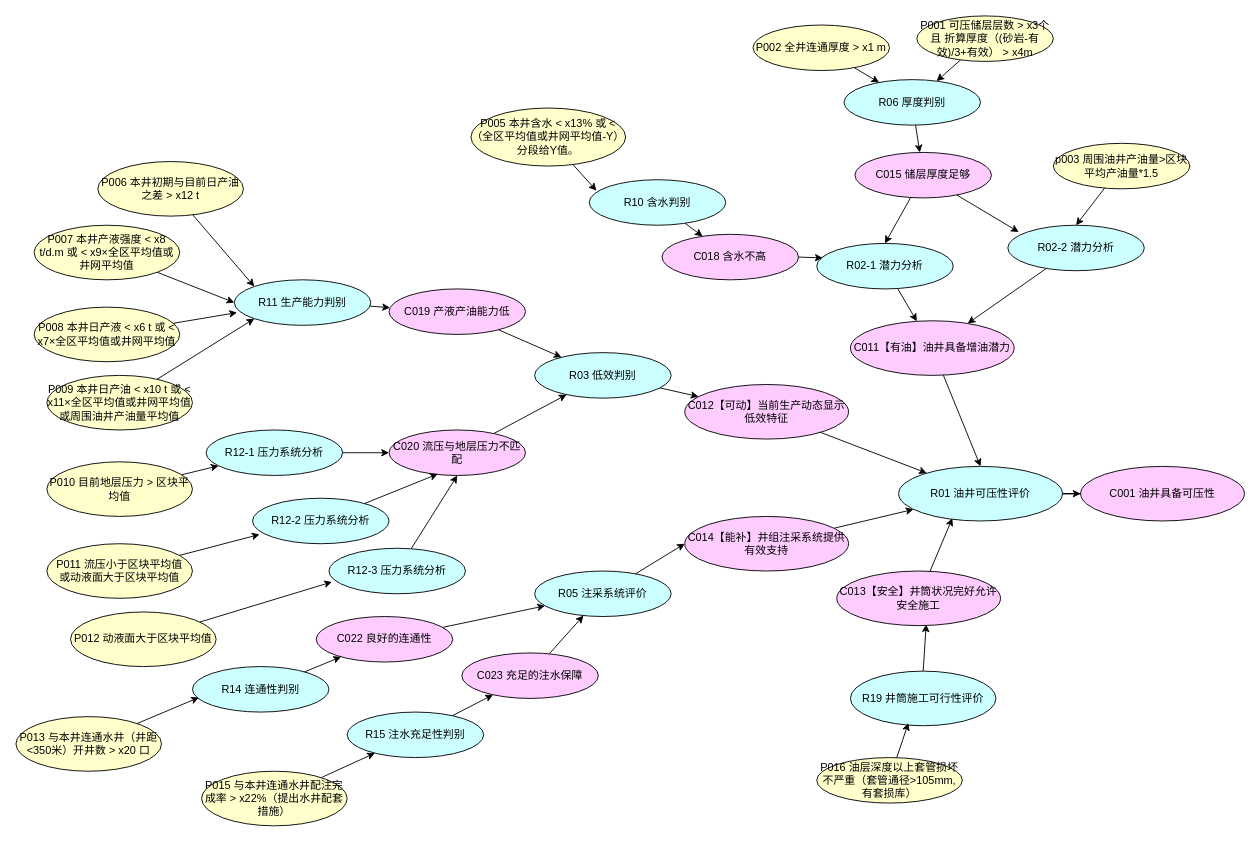
This is 油井压裂1005.drawio from echo824/drawio_analyzer, a draw.io file, before an edit. Source tidied: cells renumbered, new cells numbered last; positions are measured from the earlier drawing's top-left corner, leaving out a move shared by most shapes. Both pictures are drawn from the tidied source at 91%, with x=0, y=0 at pixel (15, -12).
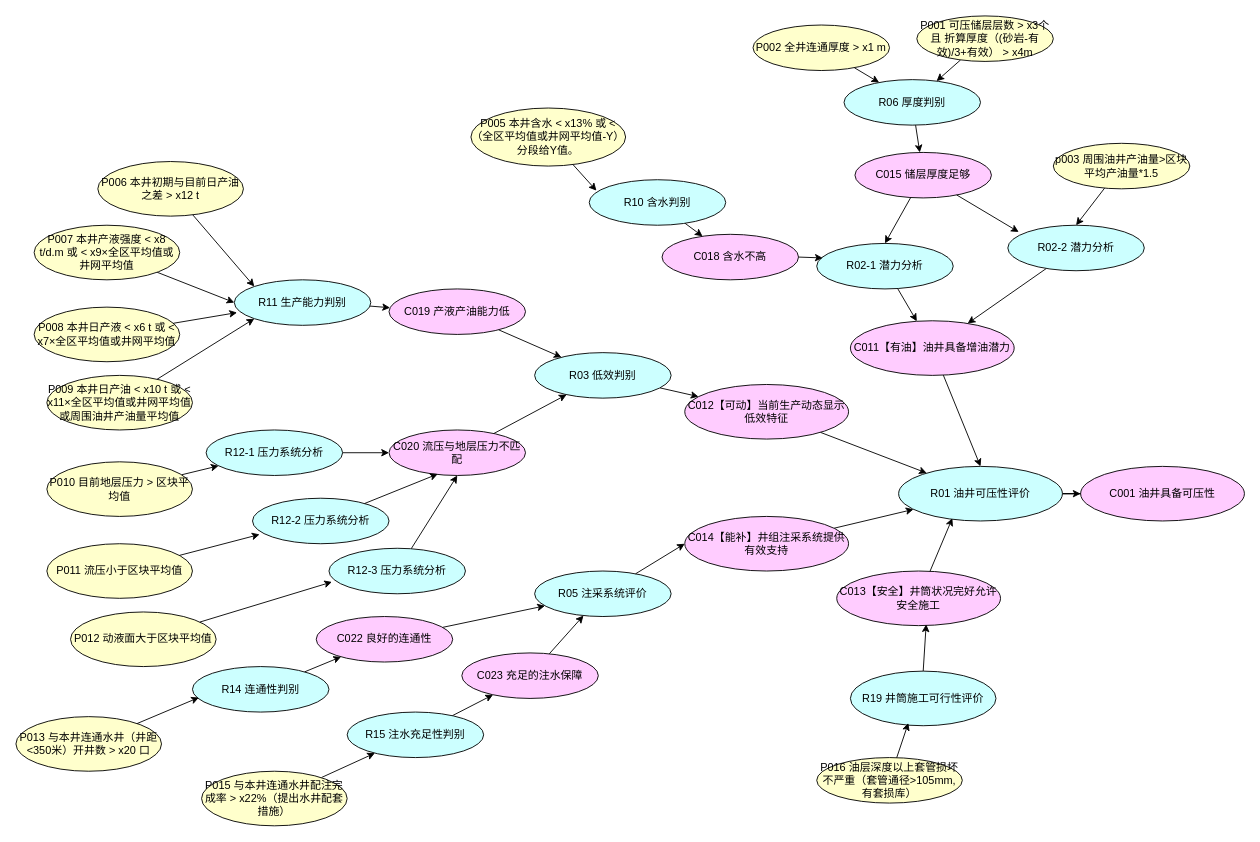
After the change.

Diff of the diagram source:
```diff
@@
-    <mxCell id="63" value="P011 流压小于区块平均值&lt;div&gt;或动液面大于区块平均值&lt;/div&gt;" style="ellipse;whiteSpace=wrap;html=1;fillColor=#FFFFCC;strokeColor=#000000;fontSize=12;" parent="1" vertex="1">
+    <mxCell id="63" value="P011 流压小于区块平均&lt;span style=&quot;background-color: transparent; color: light-dark(rgb(0, 0, 0), rgb(255, 255, 255));&quot;&gt;值&lt;/span&gt;" style="ellipse;whiteSpace=wrap;html=1;fillColor=#FFFFCC;strokeColor=#000000;fontSize=12;" parent="1" vertex="1">
       <mxGeometry x="34" y="610" width="160" height="60" as="geometry" />
     </mxCell>
```
